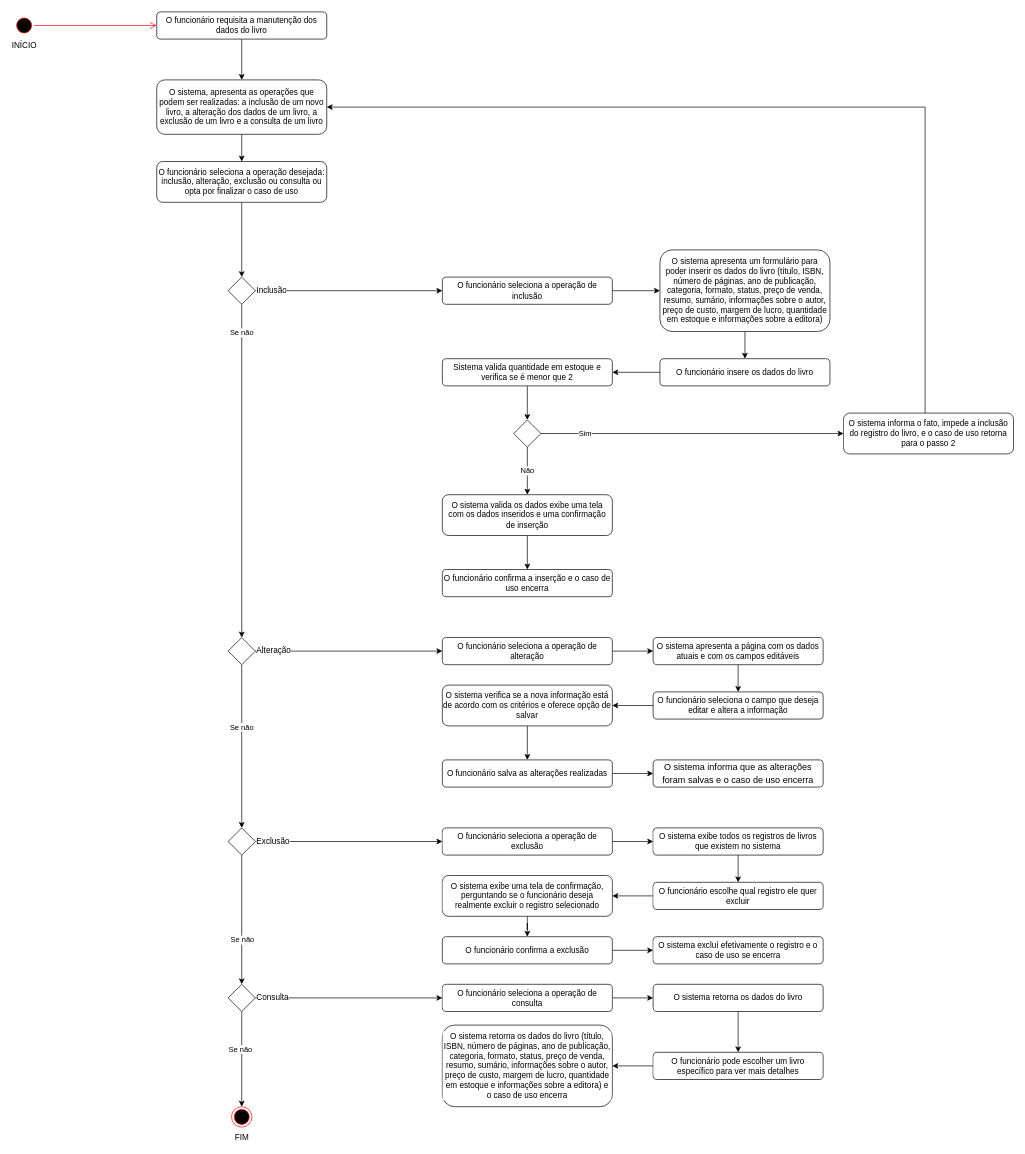
Earlier version of the draw.io diagram Diagramas de atividade/Caso de uso 05.drawio (d4vwdi/engenharia-software). Source tidied: cells renumbered, new cells numbered last; positions are measured from the earlier drawing's top-left corner, leaving out a move shared by most shapes. Both pictures are drawn from the tidied source at 68%, with x=0, y=0 at pixel (14, 12).
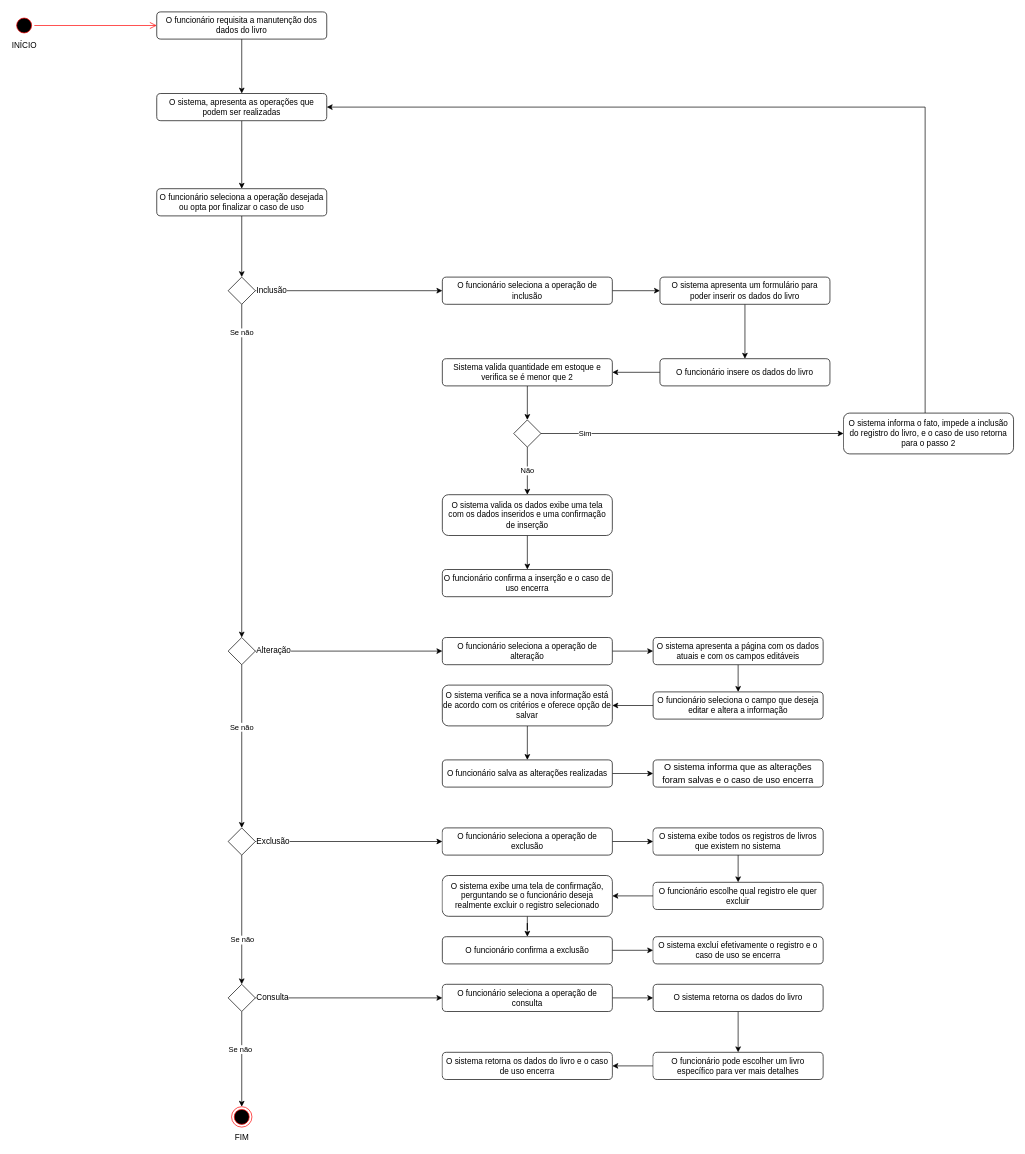
After the change.

The edit, as a diff of the source:
```diff
@@
-    <mxCell id="7" value="O funcionário seleciona a operação desejada: inclusão, alteração, exclusão ou consulta ou opta por finalizar o caso de uso" style="rounded=1;whiteSpace=wrap;html=1;verticalAlign=middle;align=center;" parent="1" vertex="1">
-      <mxGeometry x="210" y="220" width="250" height="60" as="geometry" />
+    <mxCell id="7" value="O funcionário seleciona a operação desejada ou opta por finalizar o caso de uso" style="rounded=1;whiteSpace=wrap;html=1;verticalAlign=middle;align=center;" parent="1" vertex="1">
+      <mxGeometry x="210" y="260" width="250" height="40" as="geometry" />
     </mxCell>
@@
-    <mxCell id="10" value="O sistema, apresenta as operações que podem ser realizadas: a inclusão de um novo livro, a alteração dos dados de um livro, a exclusão de um livro e a consulta de um livro" style="rounded=1;whiteSpace=wrap;html=1;verticalAlign=middle;align=center;" parent="1" vertex="1">
-      <mxGeometry x="210" y="100" width="250" height="80" as="geometry" />
+    <mxCell id="10" value="&lt;div&gt;O sistema, apresenta as operações que podem ser realizadas&lt;/div&gt;" style="rounded=1;whiteSpace=wrap;html=1;verticalAlign=middle;align=center;" parent="1" vertex="1">
+      <mxGeometry x="210" y="120" width="250" height="40" as="geometry" />
     </mxCell>
@@
-    <mxCell id="14" value="O sistema apresenta um formulário para poder inserir os dados do livro (título, ISBN, número de páginas, ano de publicação, categoria, formato, status, preço de venda, resumo, sumário, informações sobre o autor, preço de custo, margem de lucro, quantidade em estoque e informações sobre a editora)" style="rounded=1;whiteSpace=wrap;html=1;verticalAlign=middle;align=center;" parent="1" vertex="1">
-      <mxGeometry x="950" y="350" width="250" height="120" as="geometry" />
+    <mxCell id="14" value="O sistema apresenta um formulário para poder inserir os dados do livro " style="rounded=1;whiteSpace=wrap;html=1;verticalAlign=middle;align=center;" parent="1" vertex="1">
+      <mxGeometry x="950" y="390" width="250" height="40" as="geometry" />
     </mxCell>
@@
-    <mxCell id="56" value="O sistema retorna os dados do livro (título, ISBN, número de páginas, ano de publicação, categoria, formato, status, preço de venda, resumo, sumário, informações sobre o autor, preço de custo, margem de lucro, quantidade em estoque e informações sobre a editora) e o caso de uso encerra" style="whiteSpace=wrap;html=1;rounded=1;labelBackgroundColor=default;fontSize=12;" parent="1" vertex="1">
-      <mxGeometry x="630" y="1490" width="250" height="120" as="geometry" />
+    <mxCell id="56" value="O sistema retorna os dados do livro e o caso de uso encerra" style="whiteSpace=wrap;html=1;rounded=1;labelBackgroundColor=default;fontSize=12;" parent="1" vertex="1">
+      <mxGeometry x="630" y="1530" width="250" height="40" as="geometry" />
     </mxCell>
```
